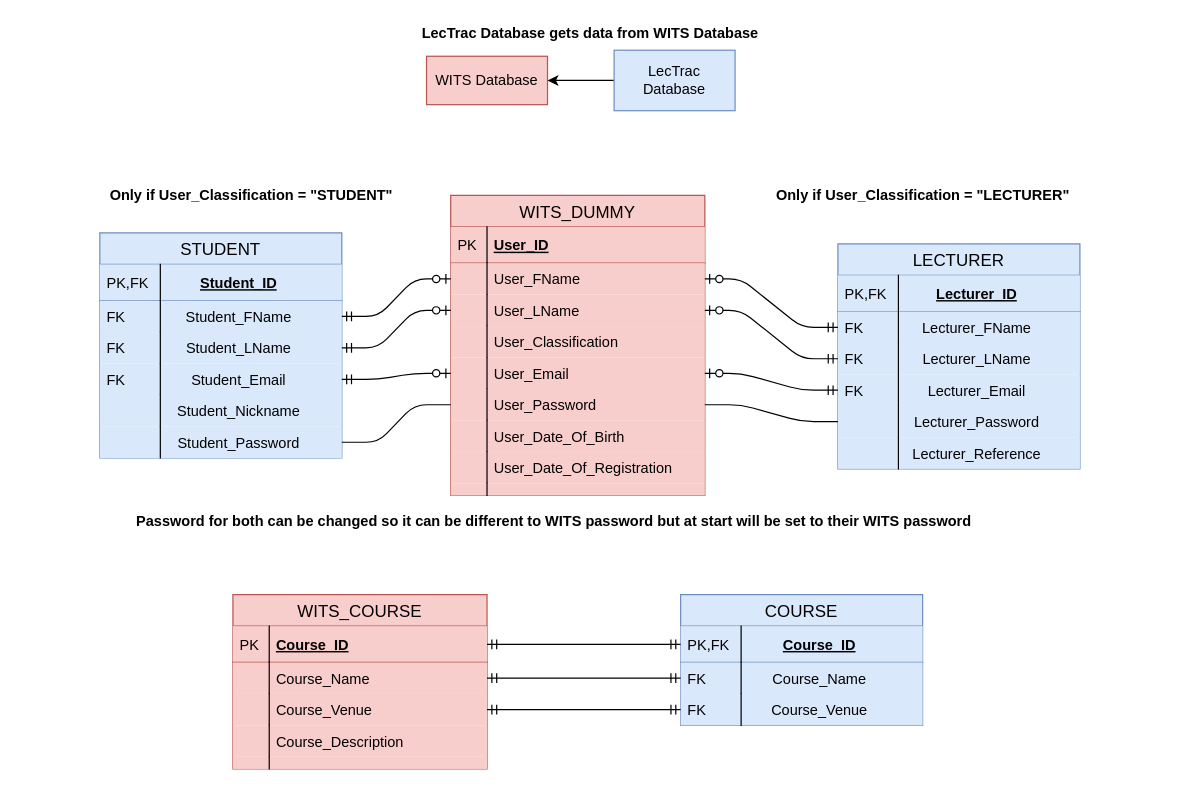
Earlier version of the draw.io diagram Other/ERDS/IntialDatabaseRelationship.drawio (Arneev/LecTrac). Source tidied: cells renumbered, new cells numbered last; positions are measured from the earlier drawing's top-left corner, leaving out a move shared by most shapes. Both pictures are drawn from the tidied source at 121%, with x=0, y=0 at pixel (99, 21).
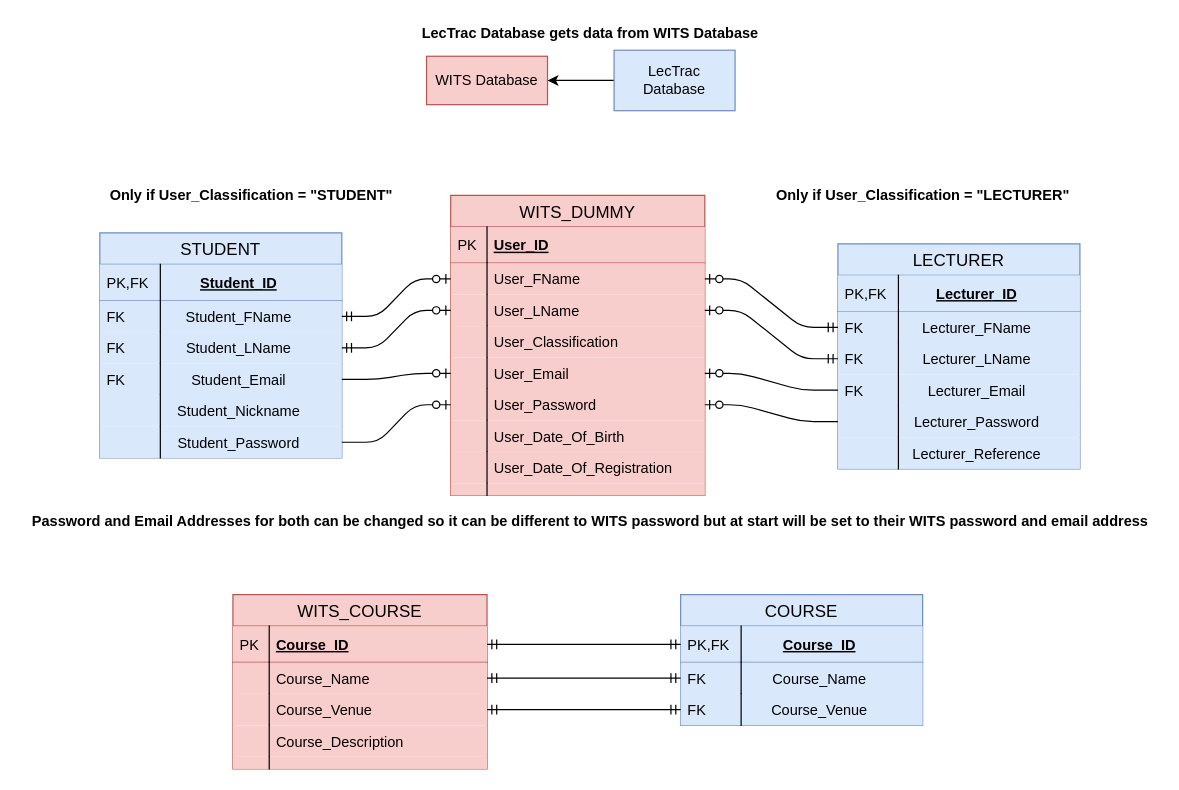
The same diagram, later.

Unchanged cells that the change refers to:
```xml
<mxCell id="25" value="User_Email" style="shape=partialRectangle;top=0;left=0;right=0;bottom=0;align=left;verticalAlign=top;fillColor=#f8cecc;spacingLeft=34;spacingRight=4;overflow=hidden;points=[[0,0.5],[1,0.5]];portConstraint=eastwest;fontSize=12;strokeColor=#b85450;" parent="16" vertex="1">
  <mxGeometry y="134" width="210" height="26" as="geometry" />
</mxCell>
<mxCell id="27" value="User_Password" style="shape=partialRectangle;top=0;left=0;right=0;bottom=0;align=left;verticalAlign=top;fillColor=#f8cecc;spacingLeft=34;spacingRight=4;overflow=hidden;points=[[0,0.5],[1,0.5]];portConstraint=eastwest;fontSize=12;strokeColor=#b85450;" parent="16" vertex="1">
  <mxGeometry y="160" width="210" height="26" as="geometry" />
</mxCell>
<mxCell id="42" value="Student_Email" style="shape=partialRectangle;top=0;left=0;right=0;bottom=0;align=center;verticalAlign=top;fillColor=#dae8fc;spacingLeft=34;spacingRight=4;overflow=hidden;points=[[0,0.5],[1,0.5]];portConstraint=eastwest;fontSize=12;strokeColor=#6c8ebf;" parent="35" vertex="1">
  <mxGeometry y="108" width="200" height="26" as="geometry" />
</mxCell>
<mxCell id="46" value="Student_Password" style="shape=partialRectangle;top=0;left=0;right=0;bottom=0;align=center;verticalAlign=top;fillColor=#dae8fc;spacingLeft=34;spacingRight=4;overflow=hidden;points=[[0,0.5],[1,0.5]];portConstraint=eastwest;fontSize=12;strokeColor=#6c8ebf;" parent="35" vertex="1">
  <mxGeometry y="160" width="200" height="26" as="geometry" />
</mxCell>
<mxCell id="55" value="Lecturer_Email" style="shape=partialRectangle;top=0;left=0;right=0;bottom=0;align=center;verticalAlign=top;fillColor=#dae8fc;spacingLeft=34;spacingRight=4;overflow=hidden;points=[[0,0.5],[1,0.5]];portConstraint=eastwest;fontSize=12;strokeColor=#6c8ebf;" parent="48" vertex="1">
  <mxGeometry y="108" width="200" height="26" as="geometry" />
</mxCell>
<mxCell id="57" value="Lecturer_Password" style="shape=partialRectangle;top=0;left=0;right=0;bottom=0;align=center;verticalAlign=top;fillColor=#dae8fc;spacingLeft=34;spacingRight=4;overflow=hidden;points=[[0,0.5],[1,0.5]];portConstraint=eastwest;fontSize=12;strokeColor=#6c8ebf;" parent="48" vertex="1">
  <mxGeometry y="134" width="200" height="26" as="geometry" />
</mxCell>
```

The edit, as a diff of the source:
```diff
@@
-    <mxCell id="71" style="edgeStyle=entityRelationEdgeStyle;fontSize=12;html=1;endArrow=ERmandOne;startArrow=ERzeroToOne;startFill=1;" parent="1" edge="1" source="25" target="55">
+    <mxCell id="71" style="edgeStyle=entityRelationEdgeStyle;fontSize=12;html=1;endArrow=none;startArrow=ERzeroToOne;startFill=1;endFill=0;" parent="1" edge="1" source="25" target="55">
       <mxGeometry relative="1" as="geometry" />
     </mxCell>
@@
-    <mxCell id="76" style="edgeStyle=entityRelationEdgeStyle;fontSize=12;html=1;endArrow=ERmandOne;startArrow=ERzeroToOne;startFill=1;" parent="1" edge="1" source="25" target="42">
+    <mxCell id="76" style="edgeStyle=entityRelationEdgeStyle;fontSize=12;html=1;endArrow=none;startArrow=ERzeroToOne;startFill=1;endFill=0;" parent="1" edge="1" source="25" target="42">
       <mxGeometry relative="1" as="geometry" />
     </mxCell>
-    <mxCell id="77" style="edgeStyle=entityRelationEdgeStyle;fontSize=12;html=1;endArrow=none;endFill=0;" parent="1" edge="1" source="27" target="57">
+    <mxCell id="77" style="edgeStyle=entityRelationEdgeStyle;fontSize=12;html=1;endArrow=none;endFill=0;startArrow=ERzeroToOne;startFill=1;" parent="1" edge="1" source="27" target="57">
       <mxGeometry relative="1" as="geometry" />
     </mxCell>
-    <mxCell id="78" style="edgeStyle=entityRelationEdgeStyle;fontSize=12;html=1;endArrow=none;endFill=0;" parent="1" edge="1" source="46" target="27">
+    <mxCell id="78" style="edgeStyle=entityRelationEdgeStyle;fontSize=12;html=1;endArrow=ERzeroToOne;endFill=1;startArrow=none;startFill=0;" parent="1" edge="1" source="46" target="27">
       <mxGeometry relative="1" as="geometry" />
     </mxCell>
@@
-    <mxCell id="81" value="&lt;b&gt;Password for both can be changed so it can be different to WITS password but at start will be set to their WITS password&lt;/b&gt;" style="text;html=1;align=center;verticalAlign=middle;" parent="1" vertex="1">
-      <mxGeometry x="20" y="404" width="710" height="20" as="geometry" />
+    <mxCell id="81" value="&lt;b&gt;Password and Email Addresses for both can be changed so it can be different to WITS password but at start will be set to their WITS password and email address&lt;/b&gt;" style="text;html=1;align=center;verticalAlign=middle;" parent="1" vertex="1">
+      <mxGeometry x="-65" y="404" width="940" height="20" as="geometry" />
     </mxCell>
```
